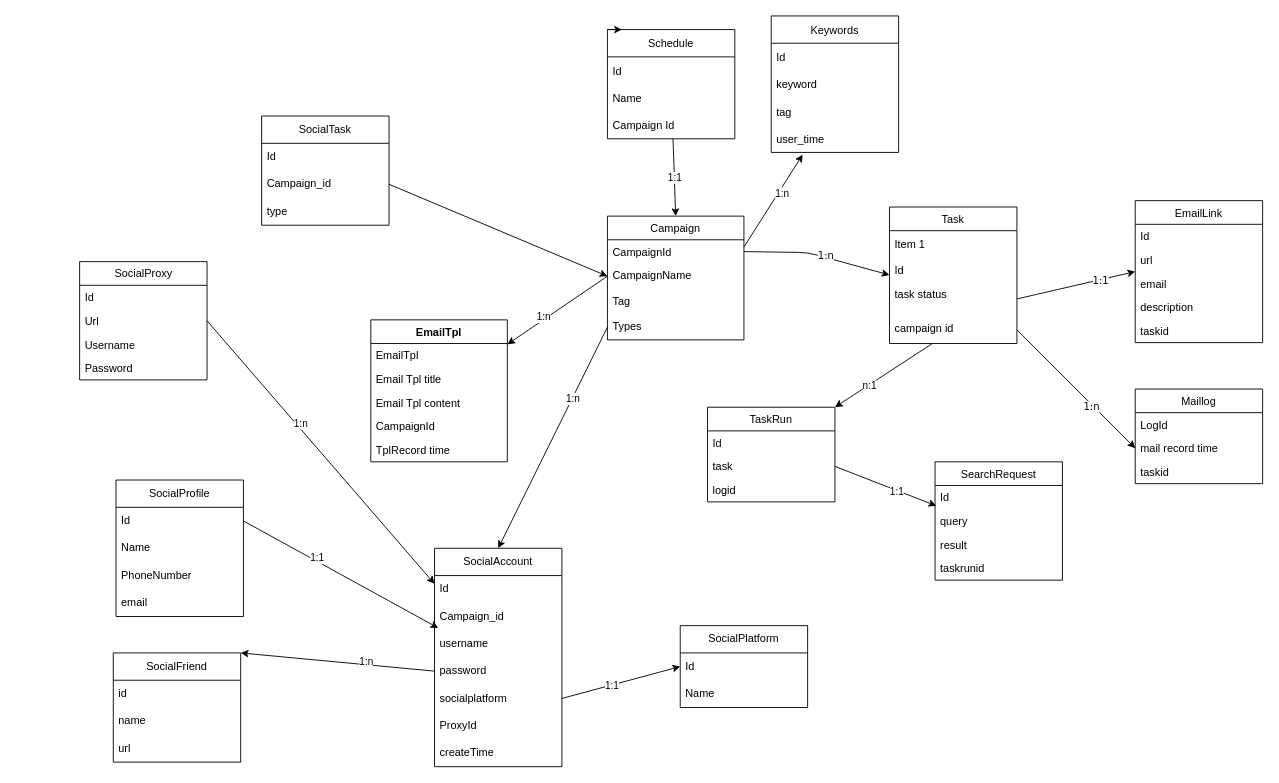
Before: doc/class.drawio in robertzengcn/marketing, a draw.io diagram. Source tidied: cells renumbered, new cells numbered last; positions are measured from the earlier drawing's top-left corner, leaving out a move shared by most shapes. Both pictures are drawn from the tidied source at 91%, with x=0, y=0 at pixel (79, 15).
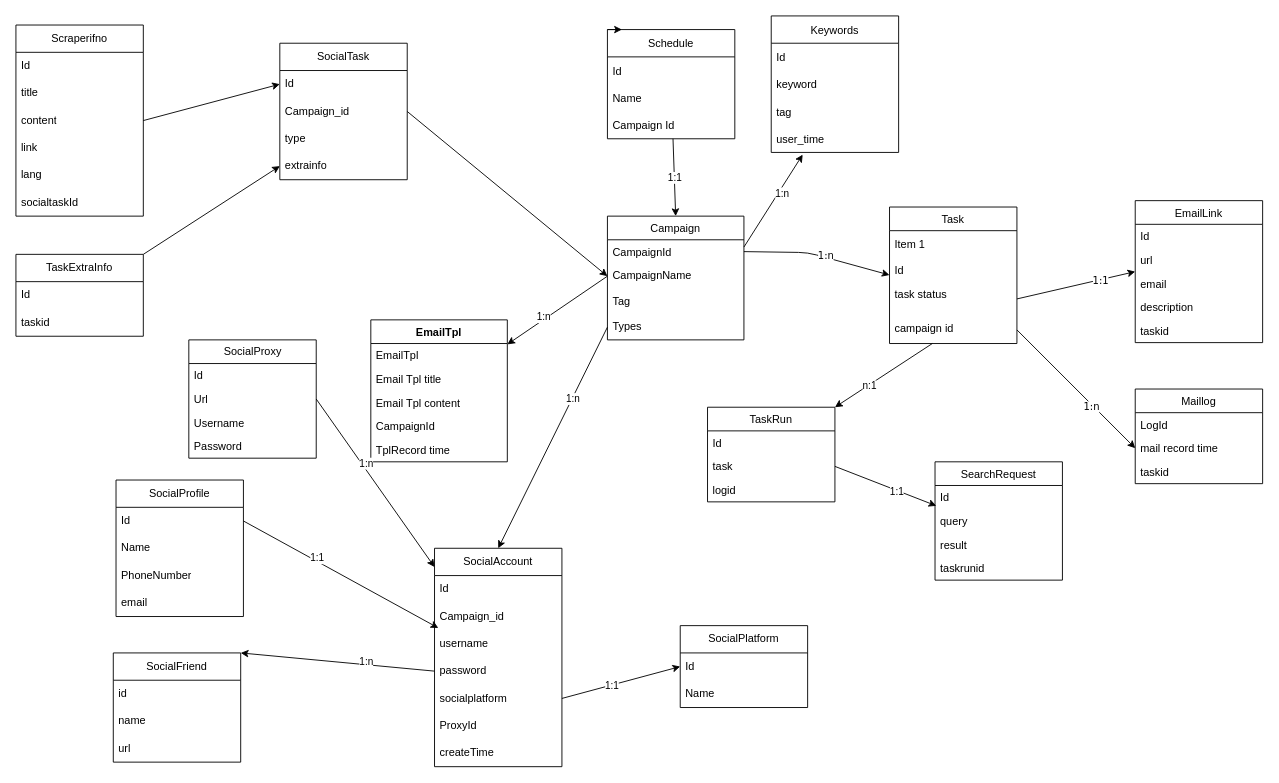
Above is the later version.

Unchanged cells that the change refers to:
```xml
<mxCell id="98" value="Id" style="text;strokeColor=none;fillColor=none;align=left;verticalAlign=middle;spacingLeft=4;spacingRight=4;overflow=hidden;points=[[0,0.5],[1,0.5]];portConstraint=eastwest;whiteSpace=wrap;html=1;" parent="97" vertex="1">
  <mxGeometry y="30" width="140" height="30" as="geometry" />
</mxCell>
```

The edit, as a diff of the source:
```diff
@@
     <mxCell id="90" value="SocialProxy" style="swimlane;fontStyle=0;horizontal=1;startSize=26;fillColor=none;html=1;" parent="1" vertex="1">
-      <mxGeometry y="270" width="140" height="130" as="geometry" />
+      <mxGeometry x="120" y="356" width="140" height="130" as="geometry" />
     </mxCell>
@@
     <mxCell id="97" value="SocialTask" style="swimlane;fontStyle=0;horizontal=1;startSize=30;whiteSpace=wrap;html=1;" parent="1" vertex="1">
-      <mxGeometry x="200" y="110" width="140" height="120" as="geometry" />
+      <mxGeometry x="220" y="30" width="140" height="150" as="geometry" />
     </mxCell>
@@
+    <mxCell id="102" value="extrainfo" style="text;strokeColor=none;fillColor=none;align=left;verticalAlign=middle;spacingLeft=4;spacingRight=4;overflow=hidden;points=[[0,0.5],[1,0.5]];portConstraint=eastwest;whiteSpace=wrap;html=1;" parent="97" vertex="1">
+      <mxGeometry y="120" width="140" height="30" as="geometry" />
+    </mxCell>
@@
+    <mxCell id="103" value="Scraperifno" style="swimlane;fontStyle=0;horizontal=1;startSize=30;whiteSpace=wrap;html=1;" parent="1" vertex="1">
+      <mxGeometry x="-70" y="10" width="140" height="210" as="geometry" />
+    </mxCell>
+    <mxCell id="104" value="Id" style="text;strokeColor=none;fillColor=none;align=left;verticalAlign=middle;spacingLeft=4;spacingRight=4;overflow=hidden;whiteSpace=wrap;html=1;" parent="103" vertex="1">
+      <mxGeometry y="30" width="140" height="30" as="geometry" />
+    </mxCell>
+    <mxCell id="105" value="title" style="text;strokeColor=none;fillColor=none;align=left;verticalAlign=middle;spacingLeft=4;spacingRight=4;overflow=hidden;whiteSpace=wrap;html=1;" parent="103" vertex="1">
+      <mxGeometry y="60" width="140" height="30" as="geometry" />
+    </mxCell>
+    <mxCell id="106" value="content" style="text;strokeColor=none;fillColor=none;align=left;verticalAlign=middle;spacingLeft=4;spacingRight=4;overflow=hidden;points=[[0,0.5],[1,0.5]];portConstraint=eastwest;whiteSpace=wrap;html=1;" parent="103" vertex="1">
+      <mxGeometry y="90" width="140" height="30" as="geometry" />
+    </mxCell>
+    <mxCell id="107" value="link" style="text;strokeColor=none;fillColor=none;align=left;verticalAlign=middle;spacingLeft=4;spacingRight=4;overflow=hidden;whiteSpace=wrap;html=1;" parent="103" vertex="1">
+      <mxGeometry y="120" width="140" height="30" as="geometry" />
+    </mxCell>
+    <mxCell id="108" value="lang" style="text;strokeColor=none;fillColor=none;align=left;verticalAlign=middle;spacingLeft=4;spacingRight=4;overflow=hidden;whiteSpace=wrap;html=1;" parent="103" vertex="1">
+      <mxGeometry y="150" width="140" height="30" as="geometry" />
+    </mxCell>
+    <mxCell id="109" value="socialtaskId" style="text;strokeColor=none;fillColor=none;align=left;verticalAlign=middle;spacingLeft=4;spacingRight=4;overflow=hidden;whiteSpace=wrap;html=1;" parent="103" vertex="1">
+      <mxGeometry y="180" width="140" height="30" as="geometry" />
+    </mxCell>
+    <mxCell id="110" style="edgeStyle=none;html=1;exitX=1;exitY=0.5;exitDx=0;exitDy=0;entryX=0;entryY=0.5;entryDx=0;entryDy=0;" parent="1" edge="1" source="106" target="98">
+      <mxGeometry relative="1" as="geometry" />
+    </mxCell>
+    <mxCell id="111" style="edgeStyle=none;html=1;exitX=1;exitY=0;exitDx=0;exitDy=0;entryX=0;entryY=0.5;entryDx=0;entryDy=0;" parent="1" edge="1" source="112" target="102">
+      <mxGeometry relative="1" as="geometry" />
+    </mxCell>
+    <mxCell id="112" value="TaskExtraInfo" style="swimlane;fontStyle=0;horizontal=1;startSize=30;whiteSpace=wrap;html=1;rotation=0;" parent="1" vertex="1">
+      <mxGeometry x="-70" y="262" width="140" height="90" as="geometry" />
+    </mxCell>
+    <mxCell id="113" value="Id" style="text;strokeColor=none;fillColor=none;align=left;verticalAlign=middle;spacingLeft=4;spacingRight=4;overflow=hidden;whiteSpace=wrap;html=1;rotation=0;" parent="112" vertex="1">
+      <mxGeometry y="30" width="140" height="30" as="geometry" />
+    </mxCell>
+    <mxCell id="114" value="taskid" style="text;strokeColor=none;fillColor=none;align=left;verticalAlign=middle;spacingLeft=4;spacingRight=4;overflow=hidden;whiteSpace=wrap;html=1;rotation=0;" parent="112" vertex="1">
+      <mxGeometry y="60" width="140" height="30" as="geometry" />
+    </mxCell>
```
